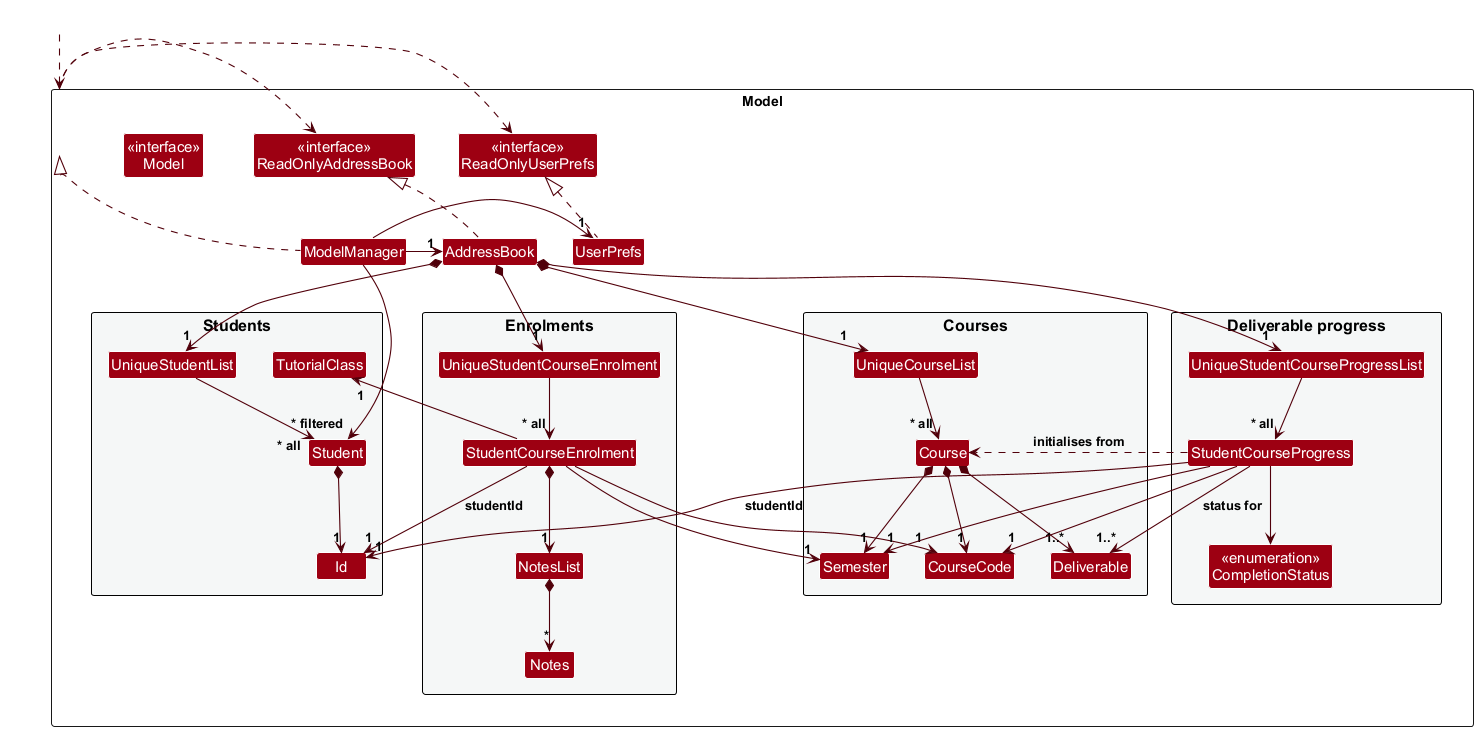
Earlier version of the PlantUML export docs/images/ModelClassDiagram.png (AY2627S1-CS2103-F11-1/tp).
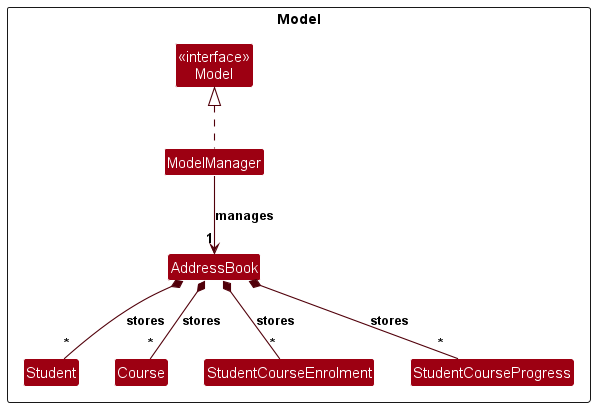
Above is the later version.

Commit message:
Update Model component diagram

Simplify the Model diagram and document enrolment storage.

What changed in the source:
```diff
@@ -4,89 +4,23 @@
 skinparam arrowColor MODEL_COLOR_T4
 skinparam classBackgroundColor MODEL_COLOR
 
-package Model <<Rectangle>> {
-Class "<<interface>>\nReadOnlyAddressBook" as ReadOnlyAddressBook
-Class "<<interface>>\nReadOnlyUserPrefs" as ReadOnlyUserPrefs
-Class "<<interface>>\nModel" as Model
-Class AddressBook
-Class ModelManager
-Class UserPrefs
+package "Model" as ModelPackage <<Rectangle>> {
+    class "<<interface>>\nModel" as ModelApi
+    class ModelManager
+    class AddressBook
 
-package "Students" #F4F6F6 {
-Class UniqueStudentList
-Class Student
-Class Id
-Class TutorialClass
+    class Student
+    class Course
+    class StudentCourseEnrolment
+    class StudentCourseProgress
 }
 
-package "Enrolments" #F4F6F6 {
-Class UniqueStudentCourseEnrolment
-Class StudentCourseEnrolment
-Class NotesList
-Class Notes
-}
+ModelManager .up.|> ModelApi
+ModelManager -down-> "1" AddressBook : manages
 
-package "Courses" #F4F6F6 {
-Class UniqueCourseList
-Class Course
-Class CourseCode
-Class Semester
-Class Deliverable
-}
+AddressBook *-- "*" Student : stores
+AddressBook *-- "*" Course : stores
+AddressBook *-- "*" StudentCourseEnrolment : stores
+AddressBook *-- "*" StudentCourseProgress : stores
 
-package "Deliverable progress" #F4F6F6 {
-Class UniqueStudentCourseProgressList
-Class StudentCourseProgress
-Class "<<enumeration>>\nCompletionStatus" as CompletionStatus
-}
-}
-
-Class HiddenOutside #FFFFFF
-HiddenOutside ..> Model
-
-AddressBook .up.|> ReadOnlyAddressBook
-ModelManager .up.|> Model
-UserPrefs .up.|> ReadOnlyUserPrefs
-
-Model .right.> ReadOnlyUserPrefs
-Model .left.> ReadOnlyAddressBook
-ModelManager -left-> "1" AddressBook
-ModelManager -right-> "1" UserPrefs
-ModelManager --> "~* filtered" Student
-
-AddressBook *-down-> "1" UniqueStudentList
-AddressBook *-down-> "1" UniqueCourseList
-AddressBook *-down-> "1" UniqueStudentCourseEnrolment
-AddressBook *-down-> "1" UniqueStudentCourseProgressList
-
-UniqueStudentList --> "~* all" Student
-UniqueCourseList --> "~* all" Course
-UniqueStudentCourseEnrolment --> "~* all" StudentCourseEnrolment
-UniqueStudentCourseProgressList --> "~* all" StudentCourseProgress
-
-Student *--> "1" Id
-StudentCourseEnrolment --> "1" Id : studentId
-StudentCourseEnrolment --> "1" CourseCode
-StudentCourseEnrolment --> "1" Semester
-StudentCourseEnrolment --> "1" TutorialClass
-StudentCourseEnrolment *--> "1" NotesList
-NotesList *--> "*" Notes
-
-Course *--> "1" CourseCode
-Course *--> "1" Semester
-Course *--> "1..*" Deliverable
-
-StudentCourseProgress --> "1" Id : studentId
-StudentCourseProgress ..> Course : initialises from
-StudentCourseProgress --> "1" CourseCode
-StudentCourseProgress --> "1" Semester
-StudentCourseProgress --> "1..*" Deliverable : status for
-StudentCourseProgress --> CompletionStatus
-
-UniqueStudentList -[hidden]right- UniqueStudentCourseEnrolment
-UniqueStudentCourseEnrolment -[hidden]right- UniqueCourseList
-UniqueCourseList -[hidden]right- UniqueStudentCourseProgressList
-Student -[hidden]right- StudentCourseEnrolment
-StudentCourseEnrolment -[hidden]right- Course
-Course -[hidden]right- StudentCourseProgress
 @enduml
```
